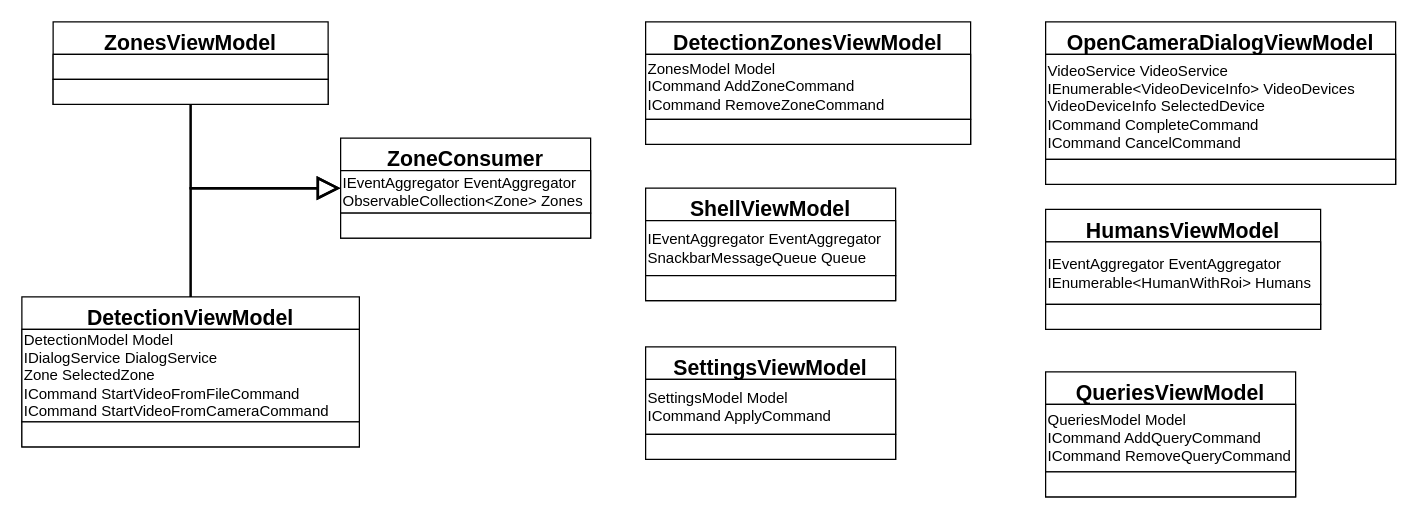
Before: page "ViewModels" (2 of 11) of Engineering/Packets-detailed.drawio in GoldGreen/Skeletonization, a draw.io diagram. Source tidied: cells renumbered, new cells numbered last; positions are measured from the earlier drawing's top-left corner, leaving out a move shared by most shapes. Both pictures are drawn from the tidied source at 125%, with x=0, y=0 at pixel (21, 21).
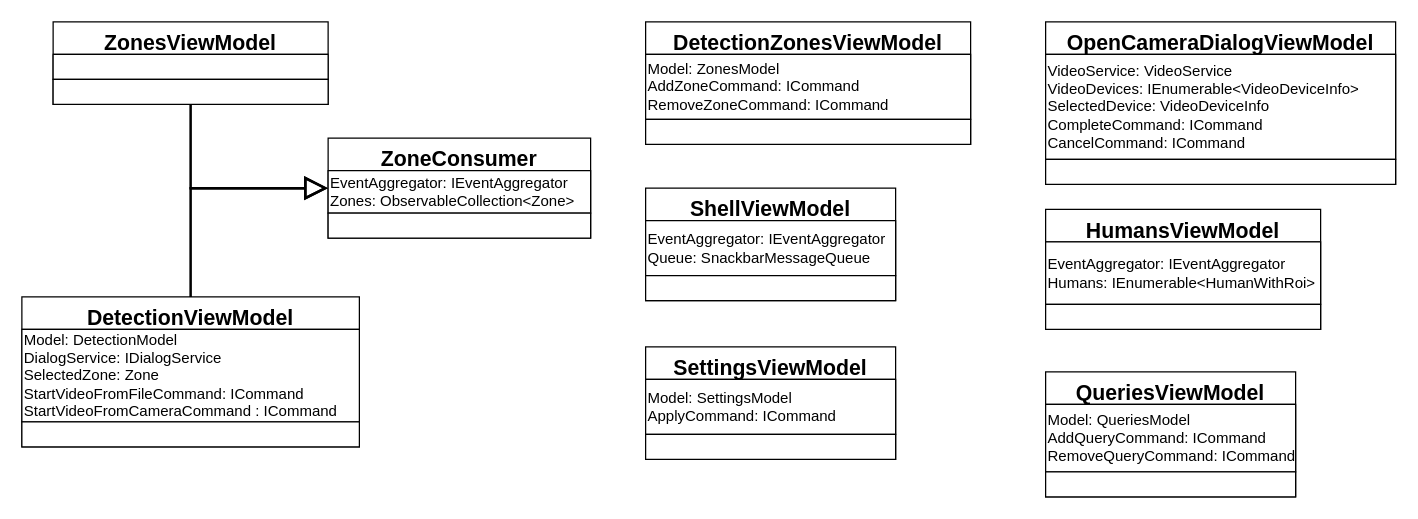
Above is the later version.

The change refers to these unchanged cells:
```xml
<mxCell id="2" value="ShellViewModel" style="swimlane;fontStyle=1;align=center;verticalAlign=top;horizontal=1;startSize=26;fontSize=17;" parent="1" vertex="1">
  <mxGeometry x="499" y="133" width="200" height="90" as="geometry" />
</mxCell>
<mxCell id="8" value="DetectionZonesViewModel" style="swimlane;fontStyle=1;align=center;verticalAlign=top;horizontal=1;startSize=26;fontSize=17;" parent="1" vertex="1">
  <mxGeometry x="499" width="260" height="98" as="geometry" />
</mxCell>
<mxCell id="11" value="OpenCameraDialogViewModel" style="swimlane;fontStyle=1;align=center;verticalAlign=top;horizontal=1;startSize=26;fontSize=17;" parent="1" vertex="1">
  <mxGeometry x="819" width="280" height="130" as="geometry" />
</mxCell>
<mxCell id="16" value="DetectionViewModel" style="swimlane;fontStyle=1;align=center;verticalAlign=top;horizontal=1;startSize=26;fontSize=17;" parent="1" vertex="1">
  <mxGeometry y="220" width="270" height="120" as="geometry" />
</mxCell>
<mxCell id="24" value="HumansViewModel" style="swimlane;fontStyle=1;align=center;verticalAlign=top;horizontal=1;startSize=26;fontSize=17;" parent="1" vertex="1">
  <mxGeometry x="819" y="150" width="220" height="96" as="geometry" />
</mxCell>
<mxCell id="27" value="SettingsViewModel" style="swimlane;fontStyle=1;align=center;verticalAlign=top;horizontal=1;startSize=26;fontSize=17;" parent="1" vertex="1">
  <mxGeometry x="499" y="260" width="200" height="90" as="geometry" />
</mxCell>
<mxCell id="30" value="QueriesViewModel" style="swimlane;fontStyle=1;align=center;verticalAlign=top;horizontal=1;startSize=26;fontSize=17;" parent="1" vertex="1">
  <mxGeometry x="819" y="280" width="200" height="100" as="geometry" />
</mxCell>
```

Diff of the diagram source:
```diff
@@
-    <mxCell id="3" value="IEventAggregator EventAggregator&lt;br&gt;SnackbarMessageQueue Queue" style="rounded=0;whiteSpace=wrap;html=1;fontFamily=Helvetica;fontSize=12;fontColor=default;startSize=26;strokeColor=default;fillColor=default;align=left;" parent="2" vertex="1">
+    <mxCell id="3" value="EventAggregator: IEventAggregator&amp;nbsp;&lt;br&gt;Queue: SnackbarMessageQueue&amp;nbsp;" style="rounded=0;whiteSpace=wrap;html=1;fontFamily=Helvetica;fontSize=12;fontColor=default;startSize=26;strokeColor=default;fillColor=default;align=left;" parent="2" vertex="1">
       <mxGeometry y="26" width="200" height="44" as="geometry" />
     </mxCell>
@@
     <mxCell id="5" value="ZoneConsumer" style="swimlane;fontStyle=1;align=center;verticalAlign=top;horizontal=1;startSize=26;fontSize=17;" parent="1" vertex="1">
-      <mxGeometry x="255" y="93" width="200" height="80" as="geometry" />
+      <mxGeometry x="245" y="93" width="210" height="80" as="geometry" />
     </mxCell>
-    <mxCell id="6" value="IEventAggregator EventAggregator&lt;br&gt;ObservableCollection&amp;lt;Zone&amp;gt; Zones" style="rounded=0;whiteSpace=wrap;html=1;fontFamily=Helvetica;fontSize=12;fontColor=default;startSize=26;strokeColor=default;fillColor=default;align=left;" parent="5" vertex="1">
-      <mxGeometry y="26" width="200" height="34" as="geometry" />
+    <mxCell id="6" value="EventAggregator: IEventAggregator&amp;nbsp;&lt;br&gt;Zones: ObservableCollection&amp;lt;Zone&amp;gt;&amp;nbsp;" style="rounded=0;whiteSpace=wrap;html=1;fontFamily=Helvetica;fontSize=12;fontColor=default;startSize=26;strokeColor=default;fillColor=default;align=left;" parent="5" vertex="1">
+      <mxGeometry y="26" width="210" height="34" as="geometry" />
     </mxCell>
     <mxCell id="7" style="rounded=0;whiteSpace=wrap;html=1;fontFamily=Helvetica;fontSize=12;fontColor=default;startSize=26;strokeColor=default;fillColor=default;align=left;" parent="5" vertex="1">
-      <mxGeometry y="60" width="200" height="20" as="geometry" />
+      <mxGeometry y="60" width="210" height="20" as="geometry" />
     </mxCell>
@@
-    <mxCell id="9" value="ZonesModel Model&lt;br&gt;ICommand AddZoneCommand&lt;br&gt;ICommand RemoveZoneCommand" style="rounded=0;whiteSpace=wrap;html=1;fontFamily=Helvetica;fontSize=12;fontColor=default;startSize=26;strokeColor=default;fillColor=default;align=left;" parent="8" vertex="1">
+    <mxCell id="9" value="Model: ZonesModel&amp;nbsp;&lt;br&gt;AddZoneCommand: ICommand&amp;nbsp;&lt;br&gt;RemoveZoneCommand: ICommand&amp;nbsp;" style="rounded=0;whiteSpace=wrap;html=1;fontFamily=Helvetica;fontSize=12;fontColor=default;startSize=26;strokeColor=default;fillColor=default;align=left;" parent="8" vertex="1">
       <mxGeometry y="26" width="260" height="52" as="geometry" />
     </mxCell>
@@
-    <mxCell id="12" value="VideoService VideoService&lt;br&gt;IEnumerable&amp;lt;VideoDeviceInfo&amp;gt; VideoDevices&lt;br&gt;VideoDeviceInfo SelectedDevice&lt;br&gt;ICommand CompleteCommand&lt;br&gt;ICommand CancelCommand" style="rounded=0;whiteSpace=wrap;html=1;fontFamily=Helvetica;fontSize=12;fontColor=default;startSize=26;strokeColor=default;fillColor=default;align=left;" parent="11" vertex="1">
+    <mxCell id="12" value="VideoService: VideoService&amp;nbsp;&lt;br&gt;VideoDevices: IEnumerable&amp;lt;VideoDeviceInfo&amp;gt;&amp;nbsp;&lt;br&gt;SelectedDevice: VideoDeviceInfo&amp;nbsp;&lt;br&gt;CompleteCommand: ICommand&amp;nbsp;&lt;br&gt;CancelCommand: ICommand&amp;nbsp;" style="rounded=0;whiteSpace=wrap;html=1;fontFamily=Helvetica;fontSize=12;fontColor=default;startSize=26;strokeColor=default;fillColor=default;align=left;" parent="11" vertex="1">
       <mxGeometry y="26" width="280" height="84" as="geometry" />
     </mxCell>
@@
-    <mxCell id="17" value="DetectionModel Model&lt;br&gt;IDialogService DialogService&lt;br&gt;Zone SelectedZone&lt;br&gt;ICommand StartVideoFromFileCommand&lt;br&gt;ICommand StartVideoFromCameraCommand&amp;nbsp;" style="rounded=0;whiteSpace=wrap;html=1;fontFamily=Helvetica;fontSize=12;fontColor=default;startSize=26;strokeColor=default;fillColor=default;align=left;" parent="16" vertex="1">
+    <mxCell id="17" value="Model: DetectionModel&amp;nbsp;&lt;br&gt;DialogService: IDialogService&amp;nbsp;&lt;br&gt;SelectedZone: Zone&amp;nbsp;&lt;br&gt;StartVideoFromFileCommand: ICommand&amp;nbsp;&lt;br&gt;StartVideoFromCameraCommand : ICommand&amp;nbsp;" style="rounded=0;whiteSpace=wrap;html=1;fontFamily=Helvetica;fontSize=12;fontColor=default;startSize=26;strokeColor=default;fillColor=default;align=left;" parent="16" vertex="1">
       <mxGeometry y="26" width="270" height="74" as="geometry" />
     </mxCell>
@@
-    <mxCell id="25" value="IEventAggregator EventAggregator&lt;br&gt;IEnumerable&amp;lt;HumanWithRoi&amp;gt; Humans" style="rounded=0;whiteSpace=wrap;html=1;fontFamily=Helvetica;fontSize=12;fontColor=default;startSize=26;strokeColor=default;fillColor=default;align=left;" parent="24" vertex="1">
+    <mxCell id="25" value="EventAggregator: IEventAggregator&amp;nbsp;&lt;br&gt;Humans: IEnumerable&amp;lt;HumanWithRoi&amp;gt;&amp;nbsp;" style="rounded=0;whiteSpace=wrap;html=1;fontFamily=Helvetica;fontSize=12;fontColor=default;startSize=26;strokeColor=default;fillColor=default;align=left;" parent="24" vertex="1">
       <mxGeometry y="26" width="220" height="50" as="geometry" />
     </mxCell>
@@
-    <mxCell id="28" value="SettingsModel Model&lt;br&gt;ICommand ApplyCommand" style="rounded=0;whiteSpace=wrap;html=1;fontFamily=Helvetica;fontSize=12;fontColor=default;startSize=26;strokeColor=default;fillColor=default;align=left;" parent="27" vertex="1">
+    <mxCell id="28" value="Model: SettingsModel&amp;nbsp;&lt;br&gt;ApplyCommand: ICommand&amp;nbsp;" style="rounded=0;whiteSpace=wrap;html=1;fontFamily=Helvetica;fontSize=12;fontColor=default;startSize=26;strokeColor=default;fillColor=default;align=left;" parent="27" vertex="1">
       <mxGeometry y="26" width="200" height="44" as="geometry" />
     </mxCell>
@@
-    <mxCell id="31" value="&lt;span&gt;QueriesModel Model&lt;/span&gt;&lt;br&gt;&lt;span&gt;ICommand AddQueryCommand&lt;/span&gt;&lt;br&gt;&lt;span&gt;ICommand RemoveQueryCommand&lt;/span&gt;" style="rounded=0;whiteSpace=wrap;html=1;fontFamily=Helvetica;fontSize=12;fontColor=default;startSize=26;strokeColor=default;fillColor=default;align=left;" parent="30" vertex="1">
+    <mxCell id="31" value="Model:&amp;nbsp;&lt;span&gt;QueriesModel&amp;nbsp;&lt;/span&gt;&lt;br&gt;AddQueryCommand:&amp;nbsp;&lt;span&gt;ICommand&amp;nbsp;&lt;/span&gt;&lt;br&gt;RemoveQueryCommand:&amp;nbsp;&lt;span&gt;ICommand&amp;nbsp;&lt;/span&gt;" style="rounded=0;whiteSpace=wrap;html=1;fontFamily=Helvetica;fontSize=12;fontColor=default;startSize=26;strokeColor=default;fillColor=default;align=left;" parent="30" vertex="1">
       <mxGeometry y="26" width="200" height="54" as="geometry" />
     </mxCell>
```
